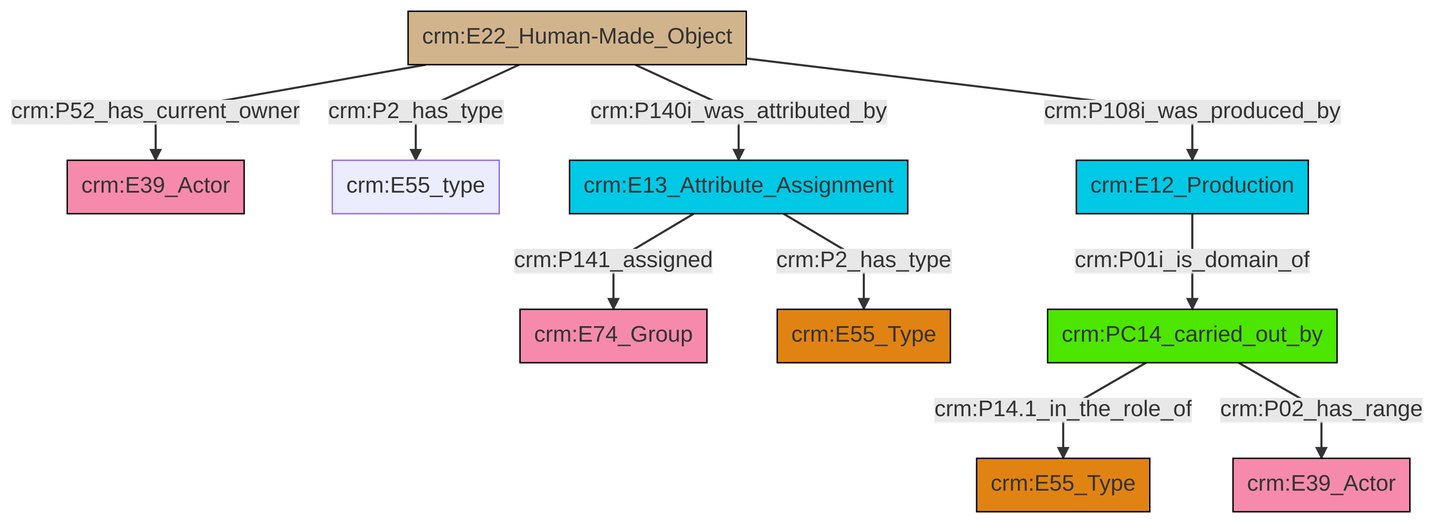
Above: et/builtWorkCSV/ttl/mmd/png/Built_Work_actor_relations.png in swiss-art-research-net/docs.swissartresearch (Mermaid), before the change. Its source is kept beside it as et/builtWorkCSV/ttl/mmd/Built_Work_actor_relations.ttl.mmd.
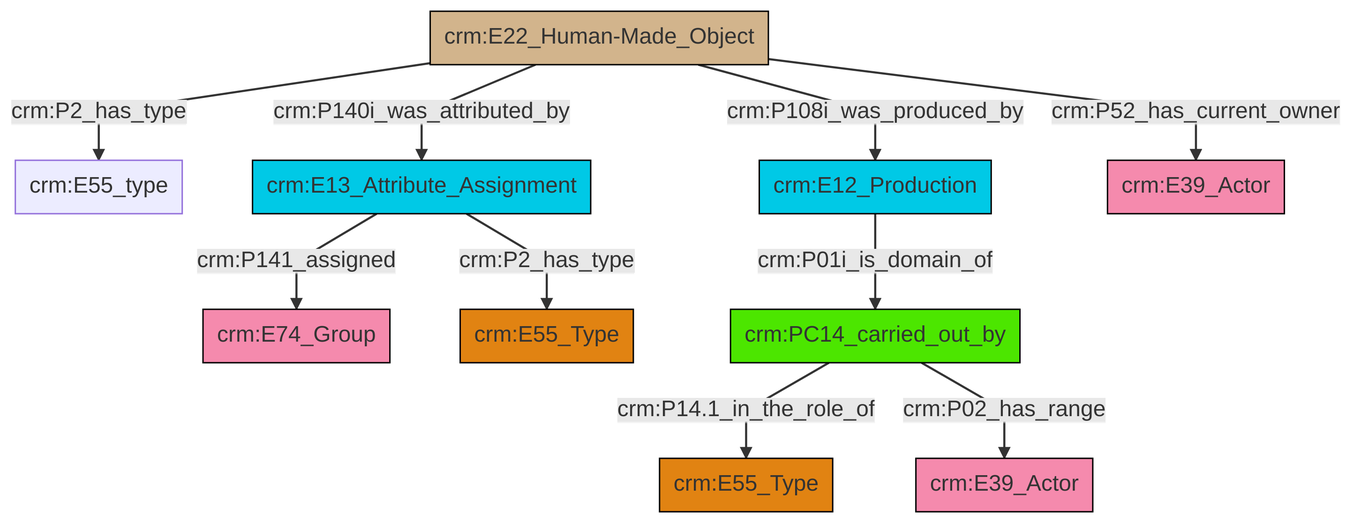
After the change.

The edit, as a diff of the source:
```diff
@@ -13,12 +13,12 @@
 classDef PC_Classes fill:#4ce600, stroke:#000000;
 classDef Multi fill:#cccccc,stroke:#000000;
 
-0["crm:E22_Human-Made_Object"]:::Physical_Thing -->|crm:P52_has_current_owner| 2["crm:E39_Actor"]:::Actor
-3["crm:E13_Attribute_Assignment"]:::Temporal_Entity -->|crm:P141_assigned| 4["crm:E74_Group"]:::Actor
-0["crm:E22_Human-Made_Object"]:::Physical_Thing -->|crm:P2_has_type| 5["crm:E55_type"]:::Default
-0["crm:E22_Human-Made_Object"]:::Physical_Thing -->|crm:P140i_was_attributed_by| 3["crm:E13_Attribute_Assignment"]:::Temporal_Entity
-3["crm:E13_Attribute_Assignment"]:::Temporal_Entity -->|crm:P2_has_type| 12["crm:E55_Type"]:::Type
-9["crm:E12_Production"]:::Temporal_Entity -->|crm:P01i_is_domain_of| 7["crm:PC14_carried_out_by"]:::PC_Classes
-0["crm:E22_Human-Made_Object"]:::Physical_Thing -->|crm:P108i_was_produced_by| 9["crm:E12_Production"]:::Temporal_Entity
-7["crm:PC14_carried_out_by"]:::PC_Classes -->|crm:P14.1_in_the_role_of| 18["crm:E55_Type"]:::Type
-7["crm:PC14_carried_out_by"]:::PC_Classes -->|crm:P02_has_range| 15["crm:E39_Actor"]:::Actor
+0["crm:E22_Human-Made_Object"]:::Physical_Thing -->|crm:P2_has_type| 1["crm:E55_type"]:::Default
+2["crm:E13_Attribute_Assignment"]:::Temporal_Entity -->|crm:P141_assigned| 3["crm:E74_Group"]:::Actor
+7["crm:E12_Production"]:::Temporal_Entity -->|crm:P01i_is_domain_of| 9["crm:PC14_carried_out_by"]:::PC_Classes
+9["crm:PC14_carried_out_by"]:::PC_Classes -->|crm:P14.1_in_the_role_of| 10["crm:E55_Type"]:::Type
+0["crm:E22_Human-Made_Object"]:::Physical_Thing -->|crm:P140i_was_attributed_by| 2["crm:E13_Attribute_Assignment"]:::Temporal_Entity
+0["crm:E22_Human-Made_Object"]:::Physical_Thing -->|crm:P52_has_current_owner| 14["crm:E39_Actor"]:::Actor
+0["crm:E22_Human-Made_Object"]:::Physical_Thing -->|crm:P108i_was_produced_by| 7["crm:E12_Production"]:::Temporal_Entity
+9["crm:PC14_carried_out_by"]:::PC_Classes -->|crm:P02_has_range| 11["crm:E39_Actor"]:::Actor
+2["crm:E13_Attribute_Assignment"]:::Temporal_Entity -->|crm:P2_has_type| 5["crm:E55_Type"]:::Type
```
